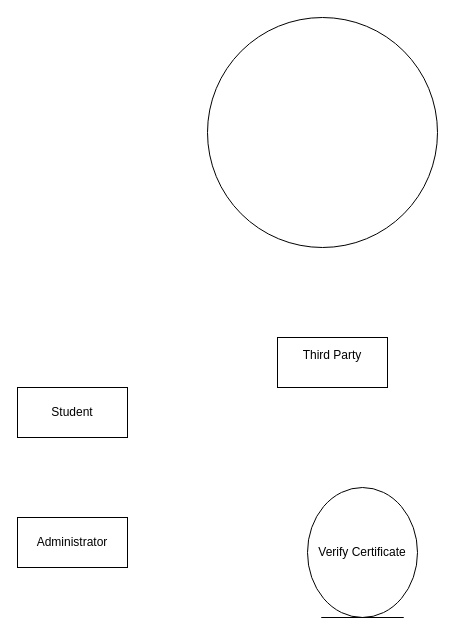
SifisoMzansi/architecture-diagrams keeps this draw.io diagram as Context.drawio. Above is the earlier version. Source tidied: cells renumbered, new cells numbered last; positions are measured from the earlier drawing's top-left corner, leaving out a move shared by most shapes. Both pictures are drawn from the tidied source at 100%, with x=0, y=0 at pixel (17, 17).
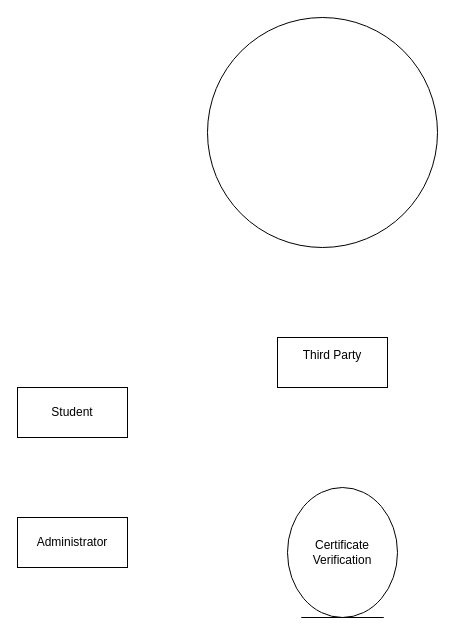
The same diagram, later.

What changed in the source:
```diff
@@
 <mxGraphModel>
   <root>
     <mxCell id="0" />
     <mxCell id="1" parent="0" />
     <mxCell id="2" style="ellipse;whiteSpace=wrap;html=1;" parent="1" vertex="1">
       <mxGeometry x="190" width="230" height="230" as="geometry" />
     </mxCell>
-    <mxCell id="3" value="Verify Certificate" style="ellipse;shape=umlEntity;whiteSpace=wrap;html=1;" parent="1" vertex="1">
-      <mxGeometry x="290" y="470" width="110" height="130" as="geometry" />
+    <mxCell id="3" value="Certificate Verification" style="ellipse;shape=umlEntity;whiteSpace=wrap;html=1;" parent="1" vertex="1">
+      <mxGeometry x="270" y="470" width="110" height="130" as="geometry" />
     </mxCell>
     <mxCell id="4" value="Student" style="html=1;whiteSpace=wrap;" parent="1" vertex="1">
       <mxGeometry y="370" width="110" height="50" as="geometry" />
     </mxCell>
     <mxCell id="5" value="Third Party&lt;div&gt;&lt;br&gt;&lt;/div&gt;" style="html=1;whiteSpace=wrap;" parent="1" vertex="1">
       <mxGeometry x="260" y="320" width="110" height="50" as="geometry" />
     </mxCell>
     <mxCell id="6" value="Administrator" style="html=1;whiteSpace=wrap;" parent="1" vertex="1">
       <mxGeometry y="500" width="110" height="50" as="geometry" />
     </mxCell>
   </root>
 </mxGraphModel>
```
